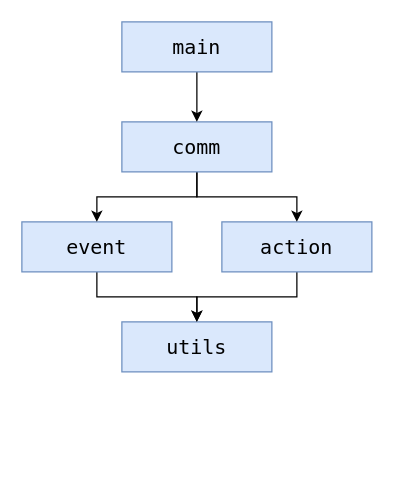
Before: assets/modules.drawio in botuniverse/go-libonebot, a draw.io diagram. Source tidied: cells renumbered, new cells numbered last; positions are measured from the earlier drawing's top-left corner, leaving out a move shared by most shapes. Both pictures are drawn from the tidied source at 125%, with x=0, y=0 at pixel (21, 21).
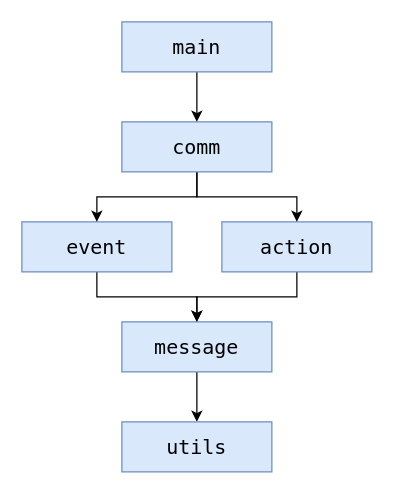
The same diagram, later.

Commit message:
docs: update module dependency graph

What changed in the source:
```diff
@@
 <mxGraphModel>
   <root>
     <mxCell id="0" />
     <mxCell id="1" parent="0" />
+    <mxCell id="12" style="edgeStyle=orthogonalEdgeStyle;rounded=0;jettySize=auto;html=1;exitX=0.5;exitY=1;exitDx=0;exitDy=0;entryX=0.5;entryY=0;entryDx=0;entryDy=0;" parent="1" edge="1" source="2" target="13">
+      <mxGeometry relative="1" as="geometry" />
+    </mxCell>
-    <mxCell id="2" value="utils" style="rounded=0;whiteSpace=wrap;html=1;fillColor=#dae8fc;strokeColor=#6c8ebf;fontSize=16;fontFamily=Menlo;" parent="1" vertex="1">
+    <mxCell id="2" value="message" style="rounded=0;whiteSpace=wrap;html=1;fillColor=#dae8fc;strokeColor=#6c8ebf;fontSize=16;fontFamily=Menlo;" parent="1" vertex="1">
       <mxGeometry x="80" y="240" width="120" height="40" as="geometry" />
     </mxCell>
     <mxCell id="3" style="edgeStyle=orthogonalEdgeStyle;rounded=0;jettySize=auto;html=1;exitX=0.5;exitY=1;exitDx=0;exitDy=0;entryX=0.5;entryY=0;entryDx=0;entryDy=0;fontFamily=Menlo;fontSize=16;" parent="1" edge="1" source="4" target="2">
       <mxGeometry relative="1" as="geometry" />
     </mxCell>
     <mxCell id="4" value="event" style="rounded=0;whiteSpace=wrap;html=1;fillColor=#dae8fc;strokeColor=#6c8ebf;fontSize=16;fontFamily=Menlo;" parent="1" vertex="1">
       <mxGeometry y="160" width="120" height="40" as="geometry" />
     </mxCell>
     <mxCell id="5" style="edgeStyle=orthogonalEdgeStyle;rounded=0;jettySize=auto;html=1;exitX=0.5;exitY=1;exitDx=0;exitDy=0;entryX=0.5;entryY=0;entryDx=0;entryDy=0;fontFamily=Menlo;fontSize=16;" parent="1" edge="1" source="6" target="2">
       <mxGeometry relative="1" as="geometry" />
     </mxCell>
     <mxCell id="6" value="action" style="rounded=0;whiteSpace=wrap;html=1;fillColor=#dae8fc;strokeColor=#6c8ebf;fontSize=16;fontFamily=Menlo;" parent="1" vertex="1">
       <mxGeometry x="160" y="160" width="120" height="40" as="geometry" />
     </mxCell>
     <mxCell id="7" style="edgeStyle=orthogonalEdgeStyle;rounded=0;jettySize=auto;html=1;exitX=0.5;exitY=1;exitDx=0;exitDy=0;entryX=0.5;entryY=0;entryDx=0;entryDy=0;fontFamily=Menlo;fontSize=16;" parent="1" edge="1" source="9" target="4">
       <mxGeometry relative="1" as="geometry" />
     </mxCell>
     <mxCell id="8" style="edgeStyle=orthogonalEdgeStyle;rounded=0;jettySize=auto;html=1;exitX=0.5;exitY=1;exitDx=0;exitDy=0;entryX=0.5;entryY=0;entryDx=0;entryDy=0;fontFamily=Menlo;fontSize=16;" parent="1" edge="1" source="9" target="6">
       <mxGeometry relative="1" as="geometry" />
     </mxCell>
     <mxCell id="9" value="comm" style="rounded=0;whiteSpace=wrap;html=1;fillColor=#dae8fc;strokeColor=#6c8ebf;fontSize=16;fontFamily=Menlo;" parent="1" vertex="1">
       <mxGeometry x="80" y="80" width="120" height="40" as="geometry" />
     </mxCell>
     <mxCell id="10" style="edgeStyle=orthogonalEdgeStyle;rounded=0;jettySize=auto;html=1;exitX=0.5;exitY=1;exitDx=0;exitDy=0;entryX=0.5;entryY=0;entryDx=0;entryDy=0;fontFamily=Menlo;fontSize=16;" parent="1" edge="1" source="11" target="9">
       <mxGeometry relative="1" as="geometry" />
     </mxCell>
     <mxCell id="11" value="main" style="rounded=0;whiteSpace=wrap;html=1;fillColor=#dae8fc;strokeColor=#6c8ebf;fontSize=16;fontFamily=Menlo;" parent="1" vertex="1">
       <mxGeometry x="80" width="120" height="40" as="geometry" />
     </mxCell>
+    <mxCell id="13" value="utils" style="rounded=0;whiteSpace=wrap;html=1;fillColor=#dae8fc;strokeColor=#6c8ebf;fontSize=16;fontFamily=Menlo;" parent="1" vertex="1">
+      <mxGeometry x="80" y="320" width="120" height="40" as="geometry" />
+    </mxCell>
   </root>
 </mxGraphModel>
```
